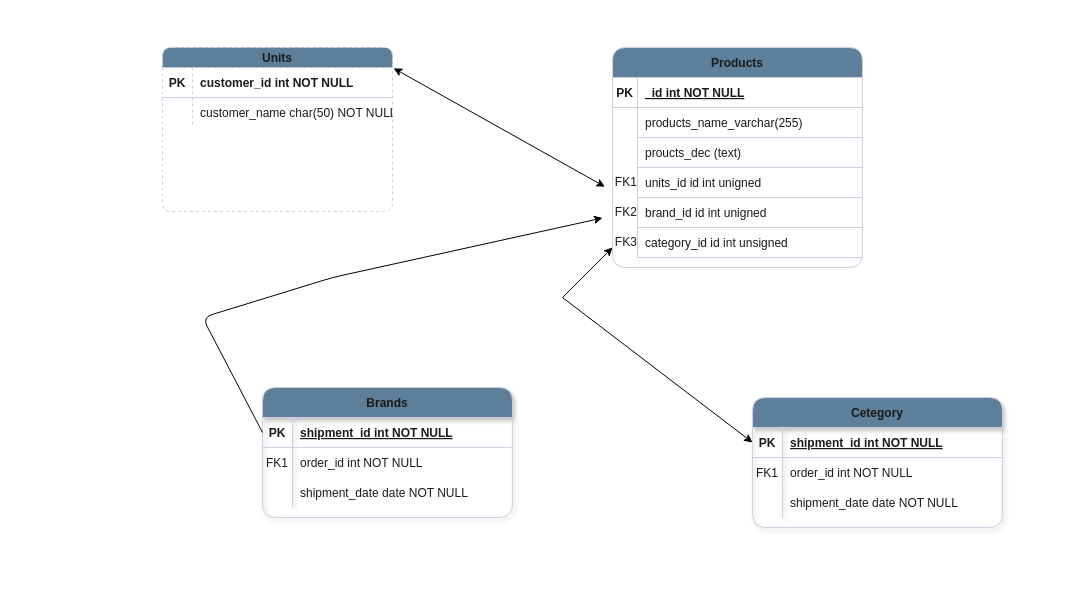
Before: database/migrations/Untitled Diagram.drawio in yashmali408/electro2-20-6-24, a draw.io diagram. Source tidied: cells renumbered, new cells numbered last; positions are measured from the earlier drawing's top-left corner, leaving out a move shared by most shapes. Both pictures are drawn from the tidied source at 100%, with x=0, y=0 at pixel (162, 47).
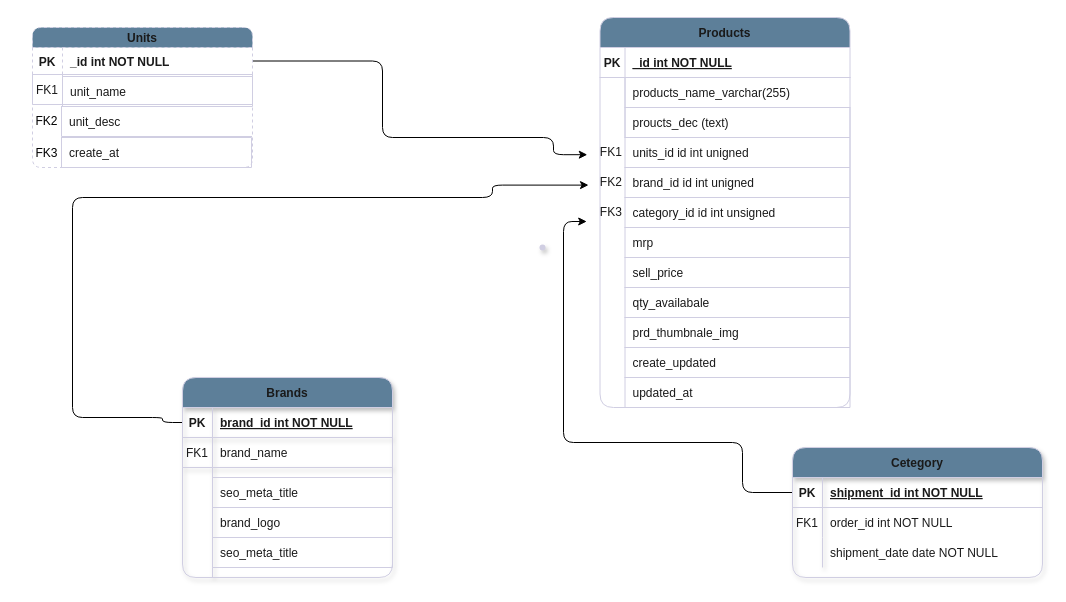
Above is the later version.

The change refers to these unchanged cells:
```xml
<mxCell id="20" style="shape=partialRectangle;fillColor=none;points=[[0,0.5],[1,0.5]];portConstraint=eastwest;top=0;left=0;right=0;bottom=1;labelBackgroundColor=none;strokeColor=#D0CEE2;fontColor=#1A1A1A;rounded=1;" parent="19" vertex="1">
  <mxGeometry y="30" width="250" height="30" as="geometry" />
</mxCell>
```

Diff of the diagram source:
```diff
@@
     <mxCell id="2" value="Products" style="shape=table;startSize=30;childLayout=tableLayout;rowLines=0;fontStyle=1;align=center;labelBackgroundColor=none;fillColor=#5D7F99;strokeColor=#D0CEE2;fontColor=#1A1A1A;rounded=1;" parent="1" vertex="1">
-      <mxGeometry x="450" width="250" height="220" as="geometry" />
+      <mxGeometry x="437.5" y="-30" width="250" height="390" as="geometry" />
     </mxCell>
@@
+    <mxCell id="46" style="edgeStyle=orthogonalEdgeStyle;rounded=1;jettySize=auto;html=1;exitX=1;exitY=0.5;exitDx=0;exitDy=0;entryX=-0.004;entryY=0.573;entryDx=0;entryDy=0;entryPerimeter=0;" parent="1" edge="1" source="13" target="43">
+      <mxGeometry relative="1" as="geometry">
+        <Array as="points">
+          <mxPoint x="220" y="90" />
+          <mxPoint x="391" y="90" />
+          <mxPoint x="391" y="107" />
+        </Array>
+      </mxGeometry>
+    </mxCell>
-    <mxCell id="12" value="Units" style="shape=table;startSize=20;childLayout=tableLayout;rowLines=0;fontStyle=1;align=center;labelBackgroundColor=none;fillColor=#5D7F99;strokeColor=#D0CEE2;fontColor=#1A1A1A;dashed=1;rounded=1;" parent="1" vertex="1">
-      <mxGeometry width="230" height="164" as="geometry" />
+    <mxCell id="12" value="Units" style="shape=table;startSize=20;childLayout=tableLayout;rowLines=1;fontStyle=1;align=center;labelBackgroundColor=none;fillColor=#5D7F99;strokeColor=#D0CEE2;fontColor=#1A1A1A;dashed=1;rounded=1;" parent="1" vertex="1">
+      <mxGeometry x="-130" y="-20" width="220" height="140" as="geometry" />
     </mxCell>
     <mxCell id="13" style="shape=partialRectangle;fillColor=none;points=[[0,0.5],[1,0.5]];portConstraint=eastwest;top=0;left=0;right=0;bottom=1;fontStyle=0;labelBackgroundColor=none;strokeColor=#D0CEE2;fontColor=#1A1A1A;rounded=1;" parent="12" vertex="1">
-      <mxGeometry y="20" width="230" height="30" as="geometry" />
+      <mxGeometry y="20" width="220" height="27" as="geometry" />
     </mxCell>
     <mxCell id="14" value="PK" style="shape=partialRectangle;overflow=hidden;fillColor=none;top=0;left=0;bottom=0;right=0;fontStyle=1;labelBackgroundColor=none;strokeColor=#D0CEE2;fontColor=#1A1A1A;rounded=1;" parent="13" vertex="1">
-      <mxGeometry width="30" height="30" as="geometry" />
+      <mxGeometry width="30" height="27" as="geometry" />
     </mxCell>
-    <mxCell id="15" value="customer_id int NOT NULL " style="shape=partialRectangle;overflow=hidden;fillColor=none;top=0;left=0;bottom=0;right=0;align=left;spacingLeft=6;fontStyle=1;labelBackgroundColor=none;strokeColor=#D0CEE2;fontColor=#1A1A1A;rounded=1;" parent="13" vertex="1">
-      <mxGeometry x="30" width="200" height="30" as="geometry" />
+    <mxCell id="15" value="_id int NOT NULL " style="shape=partialRectangle;overflow=hidden;fillColor=none;top=0;left=0;bottom=0;right=0;align=left;spacingLeft=6;fontStyle=1;labelBackgroundColor=none;strokeColor=#D0CEE2;fontColor=#1A1A1A;rounded=1;" parent="13" vertex="1">
+      <mxGeometry x="30" width="190" height="27" as="geometry" />
     </mxCell>
     <mxCell id="16" style="shape=partialRectangle;fillColor=none;top=0;left=0;right=0;bottom=0;fontStyle=0;labelBackgroundColor=none;strokeColor=#D0CEE2;fontColor=#1A1A1A;rounded=1;" parent="12" vertex="1">
-      <mxGeometry y="50" width="230" height="30" as="geometry" />
+      <mxGeometry y="47" width="220" height="30" as="geometry" />
     </mxCell>
-    <mxCell id="17" style="shape=partialRectangle;overflow=hidden;fillColor=none;top=0;left=0;bottom=0;right=0;fontStyle=0;labelBackgroundColor=none;strokeColor=#D0CEE2;fontColor=#1A1A1A;rounded=1;" parent="16" vertex="1">
+    <mxCell id="17" value="FK1" style="shape=partialRectangle;overflow=hidden;fillColor=none;top=1;left=1;bottom=1;right=1;fontStyle=0;labelBackgroundColor=none;strokeColor=#D0CEE2;fontColor=#1A1A1A;rounded=1;" parent="16" vertex="1">
       <mxGeometry width="30" height="30" as="geometry" />
     </mxCell>
-    <mxCell id="18" value="customer_name char(50) NOT NULL" style="shape=partialRectangle;overflow=hidden;fillColor=none;top=0;left=0;bottom=0;right=0;align=left;spacingLeft=6;fontStyle=0;labelBackgroundColor=none;strokeColor=#D0CEE2;fontColor=#1A1A1A;rounded=1;" parent="16" vertex="1">
-      <mxGeometry x="30" width="200" height="30" as="geometry" />
+    <mxCell id="18" style="shape=partialRectangle;overflow=hidden;fillColor=none;top=1;left=1;bottom=1;right=1;align=left;spacingLeft=6;fontStyle=0;labelBackgroundColor=none;strokeColor=#D0CEE2;fontColor=#1A1A1A;rounded=1;" parent="16" vertex="1">
+      <mxGeometry x="30" width="190" height="30" as="geometry" />
     </mxCell>
+    <mxCell id="50" style="edgeStyle=orthogonalEdgeStyle;rounded=1;jettySize=auto;html=1;exitX=0;exitY=0.5;exitDx=0;exitDy=0;entryX=-0.016;entryY=0.8;entryDx=0;entryDy=0;entryPerimeter=0;" parent="1" edge="1" source="20" target="45">
+      <mxGeometry relative="1" as="geometry">
+        <Array as="points">
+          <mxPoint x="580" y="445" />
+          <mxPoint x="580" y="395" />
+          <mxPoint x="401" y="395" />
+          <mxPoint x="401" y="174" />
+        </Array>
+      </mxGeometry>
+    </mxCell>
     <mxCell id="19" value="Cetegory" style="shape=table;startSize=30;childLayout=tableLayout;rowLines=0;fontStyle=1;align=center;shadow=1;labelBackgroundColor=none;fillColor=#5D7F99;strokeColor=#D0CEE2;fontColor=#1A1A1A;rounded=1;" parent="1" vertex="1">
-      <mxGeometry x="590" y="350" width="250" height="130" as="geometry" />
+      <mxGeometry x="630" y="400" width="250" height="130" as="geometry" />
     </mxCell>
@@
+    <mxCell id="49" style="edgeStyle=orthogonalEdgeStyle;rounded=1;jettySize=auto;html=1;entryX=0.02;entryY=0.587;entryDx=0;entryDy=0;entryPerimeter=0;exitX=0;exitY=0.5;exitDx=0;exitDy=0;" parent="1" edge="1" source="31" target="44">
+      <mxGeometry relative="1" as="geometry">
+        <Array as="points">
+          <mxPoint y="375" />
+          <mxPoint y="370" />
+          <mxPoint x="-90" y="370" />
+          <mxPoint x="-90" y="150" />
+          <mxPoint x="330" y="150" />
+          <mxPoint x="330" y="138" />
+        </Array>
+      </mxGeometry>
+    </mxCell>
-    <mxCell id="30" value="Brands" style="shape=table;startSize=30;childLayout=tableLayout;rowLines=0;fontStyle=1;align=center;shadow=1;labelBackgroundColor=none;fillColor=#5D7F99;strokeColor=#D0CEE2;fontColor=#1A1A1A;rounded=1;" parent="1" vertex="1">
-      <mxGeometry x="100" y="340" width="250" height="130" as="geometry" />
+    <mxCell id="30" value="Brands" style="shape=table;startSize=30;childLayout=tableLayout;rowLines=1;fontStyle=1;align=center;shadow=1;labelBackgroundColor=none;fillColor=#5D7F99;strokeColor=#D0CEE2;fontColor=#1A1A1A;rounded=1;resizeLastRow=1;" parent="1" vertex="1">
+      <mxGeometry x="20" y="330" width="210" height="200" as="geometry" />
     </mxCell>
     <mxCell id="31" style="shape=partialRectangle;fillColor=none;points=[[0,0.5],[1,0.5]];portConstraint=eastwest;top=0;left=0;right=0;bottom=1;labelBackgroundColor=none;strokeColor=#D0CEE2;fontColor=#1A1A1A;rounded=1;" parent="30" vertex="1">
-      <mxGeometry y="30" width="250" height="30" as="geometry" />
+      <mxGeometry y="30" width="210" height="30" as="geometry" />
     </mxCell>
@@
-    <mxCell id="33" value="shipment_id int NOT NULL " style="shape=partialRectangle;overflow=hidden;fillColor=none;top=0;left=0;bottom=0;right=0;align=left;spacingLeft=6;fontStyle=5;labelBackgroundColor=none;strokeColor=#D0CEE2;fontColor=#1A1A1A;rounded=1;" parent="31" vertex="1">
-      <mxGeometry x="30" width="220" height="30" as="geometry" />
+    <mxCell id="33" value="brand_id int NOT NULL " style="shape=partialRectangle;overflow=hidden;fillColor=none;top=0;left=0;bottom=0;right=0;align=left;spacingLeft=6;fontStyle=5;labelBackgroundColor=none;strokeColor=#D0CEE2;fontColor=#1A1A1A;rounded=1;" parent="31" vertex="1">
+      <mxGeometry x="30" width="180" height="30" as="geometry" />
     </mxCell>
     <mxCell id="34" style="shape=partialRectangle;fillColor=none;top=0;left=0;right=0;bottom=0;labelBackgroundColor=none;strokeColor=#D0CEE2;fontColor=#1A1A1A;rounded=1;" parent="30" vertex="1">
-      <mxGeometry y="60" width="250" height="30" as="geometry" />
+      <mxGeometry y="60" width="210" height="30" as="geometry" />
     </mxCell>
@@
-    <mxCell id="36" value="order_id int NOT NULL" style="shape=partialRectangle;overflow=hidden;fillColor=none;top=0;left=0;bottom=0;right=0;align=left;spacingLeft=6;labelBackgroundColor=none;strokeColor=#D0CEE2;fontColor=#1A1A1A;rounded=1;" parent="34" vertex="1">
-      <mxGeometry x="30" width="220" height="30" as="geometry" />
+    <mxCell id="36" value="brand_name" style="shape=partialRectangle;overflow=hidden;fillColor=none;top=1;left=1;bottom=1;right=1;align=left;spacingLeft=6;labelBackgroundColor=none;strokeColor=#D0CEE2;fontColor=#1A1A1A;rounded=1;" parent="34" vertex="1">
+      <mxGeometry x="30" width="180" height="30" as="geometry" />
     </mxCell>
     <mxCell id="37" style="shape=partialRectangle;fillColor=none;top=0;left=0;right=0;bottom=0;labelBackgroundColor=none;strokeColor=#D0CEE2;fontColor=#1A1A1A;rounded=1;" parent="30" vertex="1">
-      <mxGeometry y="90" width="250" height="30" as="geometry" />
+      <mxGeometry y="90" width="210" height="110" as="geometry" />
     </mxCell>
     <mxCell id="38" style="shape=partialRectangle;overflow=hidden;fillColor=none;top=0;left=0;bottom=0;right=0;labelBackgroundColor=none;strokeColor=#D0CEE2;fontColor=#1A1A1A;rounded=1;" parent="37" vertex="1">
-      <mxGeometry width="30" height="30" as="geometry" />
+      <mxGeometry width="30" height="110" as="geometry" />
     </mxCell>
-    <mxCell id="39" value="shipment_date date NOT NULL" style="shape=partialRectangle;overflow=hidden;fillColor=none;top=0;left=0;bottom=0;right=0;align=left;spacingLeft=6;labelBackgroundColor=none;strokeColor=#D0CEE2;fontColor=#1A1A1A;rounded=1;" parent="37" vertex="1">
-      <mxGeometry x="30" width="220" height="30" as="geometry" />
+    <mxCell id="39" value="brand_logo" style="shape=partialRectangle;overflow=hidden;fillColor=none;top=0;left=0;bottom=0;right=0;align=left;spacingLeft=6;labelBackgroundColor=none;strokeColor=#D0CEE2;fontColor=#1A1A1A;rounded=1;" parent="37" vertex="1">
+      <mxGeometry x="30" width="180" height="110" as="geometry" />
     </mxCell>
     <mxCell id="40" value="units_id id int unigned" style="shape=partialRectangle;overflow=hidden;fillColor=none;top=1;left=1;bottom=1;right=1;align=left;spacingLeft=6;labelBackgroundColor=none;strokeColor=#D0CEE2;fontColor=#1A1A1A;rounded=1;" parent="1" vertex="1">
-      <mxGeometry x="475" y="120" width="225" height="30" as="geometry" />
+      <mxGeometry x="462.5" y="90" width="225" height="30" as="geometry" />
     </mxCell>
     <mxCell id="41" value="brand_id id int unigned" style="shape=partialRectangle;overflow=hidden;fillColor=none;top=1;left=1;bottom=1;right=1;align=left;spacingLeft=6;labelBackgroundColor=none;strokeColor=#D0CEE2;fontColor=#1A1A1A;rounded=1;" parent="1" vertex="1">
-      <mxGeometry x="475" y="150" width="225" height="30" as="geometry" />
+      <mxGeometry x="462.5" y="120" width="225" height="30" as="geometry" />
     </mxCell>
     <mxCell id="42" value="category_id id int unsigned" style="shape=partialRectangle;overflow=hidden;fillColor=none;top=1;left=1;bottom=1;right=1;align=left;spacingLeft=6;labelBackgroundColor=none;strokeColor=#D0CEE2;fontColor=#1A1A1A;rounded=1;" parent="1" vertex="1">
-      <mxGeometry x="475" y="180" width="225" height="30" as="geometry" />
+      <mxGeometry x="462.5" y="150" width="225" height="30" as="geometry" />
     </mxCell>
     <mxCell id="43" value="FK1&amp;nbsp;" style="text;html=1;align=center;verticalAlign=middle;points=[];strokeColor=none;fillColor=none;absoluteArcSize=0;imageAspect=1;noLabel=0;portConstraintRotation=0;fixDash=0;comic=0;enumerate=0;labelBackgroundColor=none;fontColor=#1A1A1A;rounded=1;" parent="1" vertex="1">
-      <mxGeometry x="440" y="120" width="50" height="30" as="geometry" />
+      <mxGeometry x="425" y="90" width="50" height="30" as="geometry" />
     </mxCell>
+    <mxCell id="51" style="shape=waypoint;sketch=0;size=6;fillColor=#5D7F99;perimeter=centerPerimeter;strokeColor=#D0CEE2;fontColor=#1A1A1A;startSize=30;fontStyle=1;shadow=1;labelBackgroundColor=none;rounded=1;" parent="1" vertex="1">
+      <mxGeometry x="370" y="190" width="20" height="20" as="geometry" />
+    </mxCell>
     <mxCell id="44" value="FK2&amp;nbsp;" style="text;html=1;align=center;verticalAlign=middle;points=[];strokeColor=none;fillColor=none;labelBackgroundColor=none;fontColor=#1A1A1A;rounded=1;" parent="1" vertex="1">
-      <mxGeometry x="440" y="150" width="50" height="30" as="geometry" />
+      <mxGeometry x="425" y="120" width="50" height="30" as="geometry" />
     </mxCell>
     <mxCell id="45" value="FK3&amp;nbsp;" style="text;html=1;align=center;verticalAlign=middle;points=[];strokeColor=none;fillColor=none;labelBackgroundColor=none;fontColor=#1A1A1A;rounded=1;" parent="1" vertex="1">
-      <mxGeometry x="440" y="180" width="50" height="30" as="geometry" />
+      <mxGeometry x="425" y="150" width="50" height="30" as="geometry" />
     </mxCell>
-    <mxCell id="46" style="endArrow=classic;startArrow=classic;html=1;rounded=1;entryX=0.048;entryY=0.64;entryDx=0;entryDy=0;entryPerimeter=0;exitX=1.005;exitY=0.027;exitDx=0;exitDy=0;exitPerimeter=0;" parent="1" edge="1" source="13" target="43">
-      <mxGeometry relative="1" as="geometry" />
-    </mxCell>
-    <mxCell id="47" style="endArrow=classic;html=1;rounded=1;" parent="1" edge="1">
-      <mxGeometry relative="1" as="geometry">
-        <mxPoint x="400" y="250" as="sourcePoint" />
-        <mxPoint x="450" y="200" as="targetPoint" />
-      </mxGeometry>
-    </mxCell>
-    <mxCell id="48" style="endArrow=classic;html=1;rounded=1;entryX=0;entryY=0.5;entryDx=0;entryDy=0;" parent="1" edge="1" target="20">
-      <mxGeometry relative="1" as="geometry">
-        <mxPoint x="400" y="250" as="sourcePoint" />
-      </mxGeometry>
-    </mxCell>
-    <mxCell id="49" style="endArrow=classic;html=1;rounded=1;exitX=0;exitY=0.5;exitDx=0;exitDy=0;" parent="1" edge="1" source="31" target="44">
-      <mxGeometry relative="1" as="geometry">
-        <Array as="points">
-          <mxPoint x="40" y="270" />
-          <mxPoint x="170" y="230" />
-        </Array>
-      </mxGeometry>
-    </mxCell>
+    <mxCell id="52" value="mrp" style="shape=partialRectangle;overflow=hidden;fillColor=none;top=1;left=1;bottom=1;right=1;align=left;spacingLeft=6;labelBackgroundColor=none;strokeColor=#D0CEE2;fontColor=#1A1A1A;rounded=1;" parent="1" vertex="1">
+      <mxGeometry x="462.5" y="180" width="225" height="30" as="geometry" />
+    </mxCell>
+    <mxCell id="53" value="qty_availabale" style="shape=partialRectangle;overflow=hidden;fillColor=none;top=1;left=1;bottom=1;right=1;align=left;spacingLeft=6;labelBackgroundColor=none;strokeColor=#D0CEE2;fontColor=#1A1A1A;rounded=1;" parent="1" vertex="1">
+      <mxGeometry x="462.5" y="240" width="225" height="30" as="geometry" />
+    </mxCell>
+    <mxCell id="54" value="sell_price" style="shape=partialRectangle;overflow=hidden;fillColor=none;top=1;left=1;bottom=1;right=1;align=left;spacingLeft=6;labelBackgroundColor=none;strokeColor=#D0CEE2;fontColor=#1A1A1A;rounded=1;" parent="1" vertex="1">
+      <mxGeometry x="462.5" y="210" width="225" height="30" as="geometry" />
+    </mxCell>
+    <mxCell id="55" value="prd_thumbnale_img" style="shape=partialRectangle;overflow=hidden;fillColor=none;top=1;left=1;bottom=1;right=1;align=left;spacingLeft=6;labelBackgroundColor=none;strokeColor=#D0CEE2;fontColor=#1A1A1A;rounded=1;" parent="1" vertex="1">
+      <mxGeometry x="462.5" y="270" width="225" height="30" as="geometry" />
+    </mxCell>
+    <mxCell id="56" value="create_updated" style="shape=partialRectangle;overflow=hidden;fillColor=none;top=1;left=1;bottom=1;right=1;align=left;spacingLeft=6;labelBackgroundColor=none;strokeColor=#D0CEE2;fontColor=#1A1A1A;rounded=1;" parent="1" vertex="1">
+      <mxGeometry x="462.5" y="300" width="225" height="30" as="geometry" />
+    </mxCell>
+    <mxCell id="57" value="updated_at" style="shape=partialRectangle;overflow=hidden;fillColor=none;top=1;left=1;bottom=1;right=1;align=left;spacingLeft=6;labelBackgroundColor=none;strokeColor=#D0CEE2;fontColor=#1A1A1A;rounded=1;" parent="1" vertex="1">
+      <mxGeometry x="462.5" y="330" width="225" height="30" as="geometry" />
+    </mxCell>
+    <mxCell id="58" value="unit_name" style="shape=partialRectangle;overflow=hidden;fillColor=none;top=1;left=1;bottom=1;right=1;align=left;spacingLeft=6;fontStyle=0;labelBackgroundColor=none;strokeColor=#D0CEE2;fontColor=#1A1A1A;rounded=1;" parent="1" vertex="1">
+      <mxGeometry x="-100" y="29" width="190" height="30" as="geometry" />
+    </mxCell>
+    <mxCell id="59" value="unit_desc" style="shape=partialRectangle;overflow=hidden;fillColor=none;top=1;left=1;bottom=1;right=0;align=left;spacingLeft=6;fontStyle=0;labelBackgroundColor=none;strokeColor=#D0CEE2;fontColor=#1A1A1A;rounded=1;" parent="1" vertex="1">
+      <mxGeometry x="-101" y="59" width="190" height="30" as="geometry" />
+    </mxCell>
+    <mxCell id="60" value="create_at" style="shape=partialRectangle;overflow=hidden;fillColor=none;top=1;left=1;bottom=1;right=1;align=left;spacingLeft=6;fontStyle=0;labelBackgroundColor=none;strokeColor=#D0CEE2;fontColor=#1A1A1A;rounded=1;" parent="1" vertex="1">
+      <mxGeometry x="-101" y="90" width="190" height="30" as="geometry" />
+    </mxCell>
+    <mxCell id="61" value="FK2" style="text;html=1;align=center;verticalAlign=middle;strokeColor=none;fillColor=none;" parent="1" vertex="1">
+      <mxGeometry x="-141" y="59" width="50" height="30" as="geometry" />
+    </mxCell>
+    <mxCell id="62" value="FK3" style="text;html=1;align=center;verticalAlign=middle;strokeColor=none;fillColor=none;rounded=1;sketch=1;curveFitting=1;jiggle=2;shadow=1;glass=1;" parent="1" vertex="1">
+      <mxGeometry x="-141" y="91" width="50" height="30" as="geometry" />
+    </mxCell>
+    <mxCell id="63" value="seo_meta_title" style="shape=partialRectangle;overflow=hidden;fillColor=none;top=1;left=1;bottom=1;right=1;align=left;spacingLeft=6;labelBackgroundColor=none;strokeColor=#D0CEE2;fontColor=#1A1A1A;rounded=1;" parent="1" vertex="1">
+      <mxGeometry x="50" y="430" width="180" height="30" as="geometry" />
+    </mxCell>
+    <mxCell id="64" value="seo_meta_title" style="shape=partialRectangle;overflow=hidden;fillColor=none;top=1;left=1;bottom=1;right=1;align=left;spacingLeft=6;labelBackgroundColor=none;strokeColor=#D0CEE2;fontColor=#1A1A1A;rounded=1;" parent="1" vertex="1">
+      <mxGeometry x="50" y="490" width="180" height="30" as="geometry" />
+    </mxCell>
```
